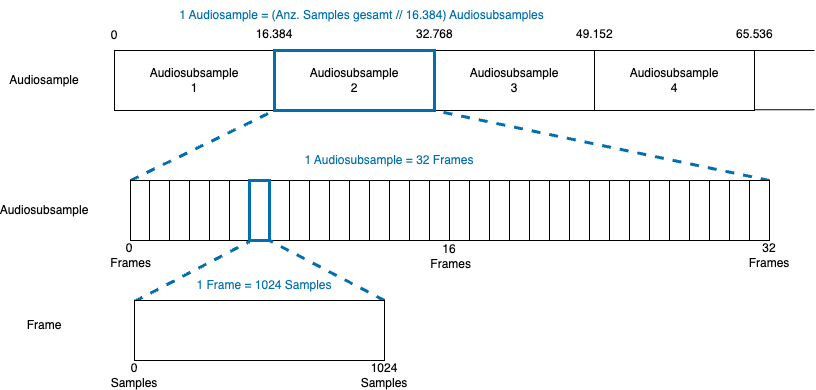
The draw.io diagram doc/tex/images/08_durchfuehrung/audiosubsamples_frames_overview.png in Shimizip/Intelligent-Magic-Audio, before a commit. Source tidied: cells renumbered, new cells last; positions are measured from the earlier drawing's top-left corner, leaving out a move shared by most shapes. Its diagram source:
```xml
<mxGraphModel>
  <root>
    <mxCell id="0" />
    <mxCell id="1" parent="0" />
    <mxCell id="2" style="rounded=0;whiteSpace=wrap;html=1;" parent="1" vertex="1">
      <mxGeometry x="100" y="50" width="160" height="60" as="geometry" />
    </mxCell>
    <mxCell id="3" style="rounded=0;whiteSpace=wrap;html=1;" parent="1" vertex="1">
      <mxGeometry x="420" y="50" width="160" height="60" as="geometry" />
    </mxCell>
    <mxCell id="4" style="rounded=0;whiteSpace=wrap;html=1;" parent="1" vertex="1">
      <mxGeometry x="580" y="50" width="160" height="60" as="geometry" />
    </mxCell>
    <mxCell id="5" value="Audiosample" style="text;html=1;strokeColor=none;fillColor=none;align=center;verticalAlign=middle;whiteSpace=wrap;rounded=0;" parent="1" vertex="1">
      <mxGeometry y="65" width="60" height="30" as="geometry" />
    </mxCell>
    <mxCell id="6" value="Audiosubsample 1" style="text;html=1;strokeColor=none;fillColor=none;align=center;verticalAlign=middle;whiteSpace=wrap;rounded=0;" parent="1" vertex="1">
      <mxGeometry x="150" y="65" width="60" height="30" as="geometry" />
    </mxCell>
    <mxCell id="7" value="Audiosubsample 2" style="text;html=1;strokeColor=none;fillColor=none;align=center;verticalAlign=middle;whiteSpace=wrap;rounded=0;" parent="1" vertex="1">
      <mxGeometry x="310" y="65" width="60" height="30" as="geometry" />
    </mxCell>
    <mxCell id="8" value="Audiosubsample 3" style="text;html=1;strokeColor=none;fillColor=none;align=center;verticalAlign=middle;whiteSpace=wrap;rounded=0;" parent="1" vertex="1">
      <mxGeometry x="470" y="65" width="60" height="30" as="geometry" />
    </mxCell>
    <mxCell id="9" value="Audiosubsample 4" style="text;html=1;strokeColor=none;fillColor=none;align=center;verticalAlign=middle;whiteSpace=wrap;rounded=0;" parent="1" vertex="1">
      <mxGeometry x="630" y="65" width="60" height="30" as="geometry" />
    </mxCell>
    <mxCell id="10" style="endArrow=none;html=1;rounded=0;" parent="1" edge="1">
      <mxGeometry relative="1" as="geometry">
        <mxPoint x="740" y="50" as="sourcePoint" />
        <mxPoint x="800" y="50" as="targetPoint" />
      </mxGeometry>
    </mxCell>
    <mxCell id="11" style="endArrow=none;html=1;rounded=0;" parent="1" edge="1">
      <mxGeometry relative="1" as="geometry">
        <mxPoint x="740" y="109.2" as="sourcePoint" />
        <mxPoint x="800" y="109.2" as="targetPoint" />
      </mxGeometry>
    </mxCell>
    <mxCell id="12" style="endArrow=none;dashed=1;html=1;rounded=0;strokeWidth=3;exitX=0;exitY=0;exitDx=0;exitDy=0;fillColor=#1ba1e2;strokeColor=#006EAF;" parent="1" edge="1" source="19">
      <mxGeometry relative="1" as="geometry">
        <mxPoint x="260" y="110" as="targetPoint" />
      </mxGeometry>
    </mxCell>
    <mxCell id="13" style="endArrow=none;dashed=1;html=1;rounded=0;strokeWidth=3;exitX=1;exitY=0;exitDx=0;exitDy=0;fillColor=#1ba1e2;strokeColor=#006EAF;" parent="1" edge="1" source="49">
      <mxGeometry relative="1" as="geometry">
        <mxPoint x="420" y="110" as="targetPoint" />
      </mxGeometry>
    </mxCell>
    <mxCell id="14" value="0" style="text;html=1;strokeColor=none;fillColor=none;align=center;verticalAlign=middle;whiteSpace=wrap;rounded=0;" parent="1" vertex="1">
      <mxGeometry x="70" y="20" width="60" height="30" as="geometry" />
    </mxCell>
    <mxCell id="15" value="16.384" style="text;html=1;strokeColor=none;fillColor=none;align=center;verticalAlign=middle;whiteSpace=wrap;rounded=0;" parent="1" vertex="1">
      <mxGeometry x="230" y="19" width="60" height="30" as="geometry" />
    </mxCell>
    <mxCell id="16" value="32.768" style="text;whiteSpace=wrap;" parent="1" vertex="1">
      <mxGeometry x="400" y="20" width="70" height="40" as="geometry" />
    </mxCell>
    <mxCell id="17" value="49.152" style="text;whiteSpace=wrap;" parent="1" vertex="1">
      <mxGeometry x="560" y="20" width="70" height="40" as="geometry" />
    </mxCell>
    <mxCell id="18" value="65.536" style="text;whiteSpace=wrap;" parent="1" vertex="1">
      <mxGeometry x="720" y="20" width="70" height="40" as="geometry" />
    </mxCell>
    <mxCell id="19" style="rounded=0;whiteSpace=wrap;html=1;" parent="1" vertex="1">
      <mxGeometry x="116" y="180" width="20" height="60" as="geometry" />
    </mxCell>
    <mxCell id="20" style="rounded=0;whiteSpace=wrap;html=1;" parent="1" vertex="1">
      <mxGeometry x="135" y="180" width="20" height="60" as="geometry" />
    </mxCell>
    <mxCell id="21" style="rounded=0;whiteSpace=wrap;html=1;" parent="1" vertex="1">
      <mxGeometry x="155" y="180" width="20" height="60" as="geometry" />
    </mxCell>
    <mxCell id="22" style="rounded=0;whiteSpace=wrap;html=1;" parent="1" vertex="1">
      <mxGeometry x="175" y="180" width="20" height="60" as="geometry" />
    </mxCell>
    <mxCell id="23" style="rounded=0;whiteSpace=wrap;html=1;" parent="1" vertex="1">
      <mxGeometry x="195" y="180" width="20" height="60" as="geometry" />
    </mxCell>
    <mxCell id="24" style="rounded=0;whiteSpace=wrap;html=1;" parent="1" vertex="1">
      <mxGeometry x="215" y="180" width="20" height="60" as="geometry" />
    </mxCell>
    <mxCell id="25" style="rounded=0;whiteSpace=wrap;html=1;" parent="1" vertex="1">
      <mxGeometry x="255" y="180" width="20" height="60" as="geometry" />
    </mxCell>
    <mxCell id="26" style="rounded=0;whiteSpace=wrap;html=1;" parent="1" vertex="1">
      <mxGeometry x="275" y="180" width="20" height="60" as="geometry" />
    </mxCell>
    <mxCell id="27" style="rounded=0;whiteSpace=wrap;html=1;" parent="1" vertex="1">
      <mxGeometry x="295" y="180" width="20" height="60" as="geometry" />
    </mxCell>
    <mxCell id="28" style="rounded=0;whiteSpace=wrap;html=1;" parent="1" vertex="1">
      <mxGeometry x="315" y="180" width="20" height="60" as="geometry" />
    </mxCell>
    <mxCell id="29" style="rounded=0;whiteSpace=wrap;html=1;" parent="1" vertex="1">
      <mxGeometry x="335" y="180" width="20" height="60" as="geometry" />
    </mxCell>
    <mxCell id="30" style="rounded=0;whiteSpace=wrap;html=1;" parent="1" vertex="1">
      <mxGeometry x="355" y="180" width="20" height="60" as="geometry" />
    </mxCell>
    <mxCell id="31" style="rounded=0;whiteSpace=wrap;html=1;" parent="1" vertex="1">
      <mxGeometry x="375" y="180" width="20" height="60" as="geometry" />
    </mxCell>
    <mxCell id="32" style="rounded=0;whiteSpace=wrap;html=1;" parent="1" vertex="1">
      <mxGeometry x="395" y="180" width="20" height="60" as="geometry" />
    </mxCell>
    <mxCell id="33" style="rounded=0;whiteSpace=wrap;html=1;" parent="1" vertex="1">
      <mxGeometry x="415" y="180" width="20" height="60" as="geometry" />
    </mxCell>
    <mxCell id="34" style="rounded=0;whiteSpace=wrap;html=1;" parent="1" vertex="1">
      <mxGeometry x="435" y="180" width="20" height="60" as="geometry" />
    </mxCell>
    <mxCell id="35" style="rounded=0;whiteSpace=wrap;html=1;" parent="1" vertex="1">
      <mxGeometry x="455" y="180" width="20" height="60" as="geometry" />
    </mxCell>
    <mxCell id="36" style="rounded=0;whiteSpace=wrap;html=1;" parent="1" vertex="1">
      <mxGeometry x="475" y="180" width="20" height="60" as="geometry" />
    </mxCell>
    <mxCell id="37" style="rounded=0;whiteSpace=wrap;html=1;" parent="1" vertex="1">
      <mxGeometry x="495" y="180" width="20" height="60" as="geometry" />
    </mxCell>
    <mxCell id="38" style="rounded=0;whiteSpace=wrap;html=1;" parent="1" vertex="1">
      <mxGeometry x="515" y="180" width="20" height="60" as="geometry" />
    </mxCell>
    <mxCell id="39" style="rounded=0;whiteSpace=wrap;html=1;" parent="1" vertex="1">
      <mxGeometry x="535" y="180" width="20" height="60" as="geometry" />
    </mxCell>
    <mxCell id="40" style="rounded=0;whiteSpace=wrap;html=1;" parent="1" vertex="1">
      <mxGeometry x="555" y="180" width="20" height="60" as="geometry" />
    </mxCell>
    <mxCell id="41" style="rounded=0;whiteSpace=wrap;html=1;" parent="1" vertex="1">
      <mxGeometry x="575" y="180" width="20" height="60" as="geometry" />
    </mxCell>
    <mxCell id="42" style="rounded=0;whiteSpace=wrap;html=1;" parent="1" vertex="1">
      <mxGeometry x="595" y="180" width="20" height="60" as="geometry" />
    </mxCell>
    <mxCell id="43" style="rounded=0;whiteSpace=wrap;html=1;" parent="1" vertex="1">
      <mxGeometry x="615" y="180" width="20" height="60" as="geometry" />
    </mxCell>
    <mxCell id="44" style="rounded=0;whiteSpace=wrap;html=1;" parent="1" vertex="1">
      <mxGeometry x="635" y="180" width="20" height="60" as="geometry" />
    </mxCell>
    <mxCell id="45" style="rounded=0;whiteSpace=wrap;html=1;" parent="1" vertex="1">
      <mxGeometry x="655" y="180" width="20" height="60" as="geometry" />
    </mxCell>
    <mxCell id="46" style="rounded=0;whiteSpace=wrap;html=1;" parent="1" vertex="1">
      <mxGeometry x="675" y="180" width="20" height="60" as="geometry" />
    </mxCell>
    <mxCell id="47" style="rounded=0;whiteSpace=wrap;html=1;" parent="1" vertex="1">
      <mxGeometry x="695" y="180" width="20" height="60" as="geometry" />
    </mxCell>
    <mxCell id="48" style="rounded=0;whiteSpace=wrap;html=1;" parent="1" vertex="1">
      <mxGeometry x="715" y="180" width="20" height="60" as="geometry" />
    </mxCell>
    <mxCell id="49" style="rounded=0;whiteSpace=wrap;html=1;" parent="1" vertex="1">
      <mxGeometry x="735" y="180" width="20" height="60" as="geometry" />
    </mxCell>
    <mxCell id="50" value="0&lt;br&gt;&amp;nbsp;Frames" style="text;html=1;strokeColor=none;fillColor=none;align=center;verticalAlign=middle;whiteSpace=wrap;rounded=0;" parent="1" vertex="1">
      <mxGeometry x="85" y="240" width="60" height="30" as="geometry" />
    </mxCell>
    <mxCell id="51" value="16&lt;br&gt;&amp;nbsp;Frames" style="text;html=1;strokeColor=none;fillColor=none;align=center;verticalAlign=middle;whiteSpace=wrap;rounded=0;" parent="1" vertex="1">
      <mxGeometry x="405" y="241" width="60" height="30" as="geometry" />
    </mxCell>
    <mxCell id="52" value="32&lt;br&gt;Frames" style="text;html=1;strokeColor=none;fillColor=none;align=center;verticalAlign=middle;whiteSpace=wrap;rounded=0;" parent="1" vertex="1">
      <mxGeometry x="725" y="240" width="60" height="30" as="geometry" />
    </mxCell>
    <mxCell id="53" style="endArrow=none;dashed=1;html=1;rounded=0;strokeWidth=3;entryX=0;entryY=1;entryDx=0;entryDy=0;fillColor=#1ba1e2;strokeColor=#006EAF;" parent="1" edge="1">
      <mxGeometry relative="1" as="geometry">
        <mxPoint x="370" y="300" as="sourcePoint" />
        <mxPoint x="255" y="240" as="targetPoint" />
      </mxGeometry>
    </mxCell>
    <mxCell id="54" style="endArrow=none;dashed=1;html=1;rounded=0;strokeWidth=3;entryX=0;entryY=1;entryDx=0;entryDy=0;fillColor=#1ba1e2;strokeColor=#006EAF;" parent="1" edge="1">
      <mxGeometry relative="1" as="geometry">
        <mxPoint x="120" y="301" as="sourcePoint" />
        <mxPoint x="235" y="241" as="targetPoint" />
      </mxGeometry>
    </mxCell>
    <mxCell id="55" style="rounded=0;whiteSpace=wrap;html=1;" parent="1" vertex="1">
      <mxGeometry x="120" y="300" width="250" height="60" as="geometry" />
    </mxCell>
    <mxCell id="56" value="Audiosubsample" style="text;html=1;strokeColor=none;fillColor=none;align=center;verticalAlign=middle;whiteSpace=wrap;rounded=0;" parent="1" vertex="1">
      <mxGeometry y="195" width="60" height="30" as="geometry" />
    </mxCell>
    <mxCell id="57" value="Frame" style="text;html=1;strokeColor=none;fillColor=none;align=center;verticalAlign=middle;whiteSpace=wrap;rounded=0;" parent="1" vertex="1">
      <mxGeometry y="310" width="60" height="30" as="geometry" />
    </mxCell>
    <mxCell id="58" value="0&lt;br&gt;Samples" style="text;html=1;strokeColor=none;fillColor=none;align=center;verticalAlign=middle;whiteSpace=wrap;rounded=0;" parent="1" vertex="1">
      <mxGeometry x="90" y="360" width="60" height="30" as="geometry" />
    </mxCell>
    <mxCell id="59" value="1024&lt;br&gt;Samples" style="text;html=1;strokeColor=none;fillColor=none;align=center;verticalAlign=middle;whiteSpace=wrap;rounded=0;" parent="1" vertex="1">
      <mxGeometry x="340" y="360" width="60" height="30" as="geometry" />
    </mxCell>
    <mxCell id="60" value="&lt;font color=&quot;#006eaf&quot;&gt;1 Audiosubsample = 32 Frames&lt;/font&gt;" style="text;html=1;strokeColor=none;fillColor=none;align=center;verticalAlign=middle;whiteSpace=wrap;rounded=0;" parent="1" vertex="1">
      <mxGeometry x="285" y="145" width="180" height="30" as="geometry" />
    </mxCell>
    <mxCell id="61" value="&lt;font color=&quot;#006eaf&quot;&gt;1 Frame = 1024 Samples&lt;/font&gt;" style="text;html=1;strokeColor=none;fillColor=none;align=center;verticalAlign=middle;whiteSpace=wrap;rounded=0;" parent="1" vertex="1">
      <mxGeometry x="160" y="270" width="180" height="30" as="geometry" />
    </mxCell>
    <mxCell id="62" value="&lt;font color=&quot;#006eaf&quot;&gt;1 Audiosample = (Anz. Samples gesamt // 16.384) Audiosubsamples&lt;/font&gt;" style="text;html=1;strokeColor=none;fillColor=none;align=center;verticalAlign=middle;whiteSpace=wrap;rounded=0;" parent="1" vertex="1">
      <mxGeometry x="130" width="435" height="30" as="geometry" />
    </mxCell>
    <mxCell id="63" style="rounded=0;whiteSpace=wrap;html=1;fillColor=none;fontColor=#ffffff;strokeColor=#006EAF;strokeWidth=3;" parent="1" vertex="1">
      <mxGeometry x="260" y="50" width="160" height="60" as="geometry" />
    </mxCell>
    <mxCell id="64" style="rounded=0;whiteSpace=wrap;html=1;fillColor=none;fontColor=#ffffff;strokeColor=#006EAF;strokeWidth=3;" parent="1" vertex="1">
      <mxGeometry x="235" y="180" width="20" height="60" as="geometry" />
    </mxCell>
  </root>
</mxGraphModel>
```
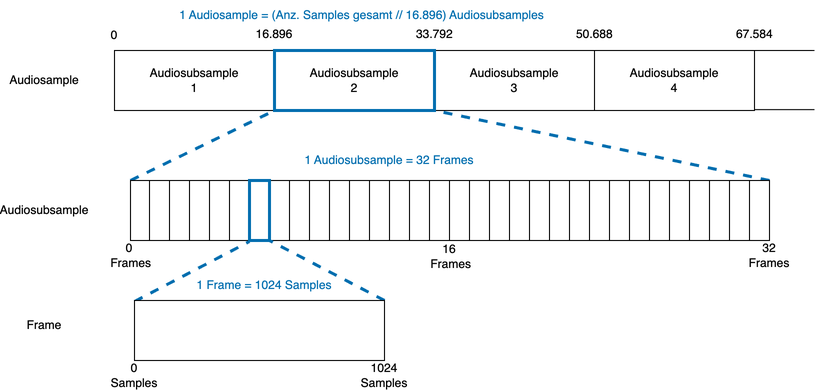
Later version of the same file.

Diff of the diagram source:
```diff
@@ -51,16 +51,16 @@
     <mxCell id="14" value="0" style="text;html=1;strokeColor=none;fillColor=none;align=center;verticalAlign=middle;whiteSpace=wrap;rounded=0;" parent="1" vertex="1">
       <mxGeometry x="70" y="20" width="60" height="30" as="geometry" />
     </mxCell>
-    <mxCell id="15" value="16.384" style="text;html=1;strokeColor=none;fillColor=none;align=center;verticalAlign=middle;whiteSpace=wrap;rounded=0;" parent="1" vertex="1">
+    <mxCell id="15" value="16.896" style="text;html=1;strokeColor=none;fillColor=none;align=center;verticalAlign=middle;whiteSpace=wrap;rounded=0;" parent="1" vertex="1">
       <mxGeometry x="230" y="19" width="60" height="30" as="geometry" />
     </mxCell>
-    <mxCell id="16" value="32.768" style="text;whiteSpace=wrap;" parent="1" vertex="1">
+    <mxCell id="16" value="33.792" style="text;whiteSpace=wrap;" parent="1" vertex="1">
       <mxGeometry x="400" y="20" width="70" height="40" as="geometry" />
     </mxCell>
-    <mxCell id="17" value="49.152" style="text;whiteSpace=wrap;" parent="1" vertex="1">
+    <mxCell id="17" value="50.688" style="text;whiteSpace=wrap;" parent="1" vertex="1">
       <mxGeometry x="560" y="20" width="70" height="40" as="geometry" />
     </mxCell>
-    <mxCell id="18" value="65.536" style="text;whiteSpace=wrap;" parent="1" vertex="1">
+    <mxCell id="18" value="67.584" style="text;whiteSpace=wrap;" parent="1" vertex="1">
       <mxGeometry x="720" y="20" width="70" height="40" as="geometry" />
     </mxCell>
     <mxCell id="19" style="rounded=0;whiteSpace=wrap;html=1;" parent="1" vertex="1">
@@ -198,7 +198,7 @@
     <mxCell id="61" value="&lt;font color=&quot;#006eaf&quot;&gt;1 Frame = 1024 Samples&lt;/font&gt;" style="text;html=1;strokeColor=none;fillColor=none;align=center;verticalAlign=middle;whiteSpace=wrap;rounded=0;" parent="1" vertex="1">
       <mxGeometry x="160" y="270" width="180" height="30" as="geometry" />
     </mxCell>
-    <mxCell id="62" value="&lt;font color=&quot;#006eaf&quot;&gt;1 Audiosample = (Anz. Samples gesamt // 16.384) Audiosubsamples&lt;/font&gt;" style="text;html=1;strokeColor=none;fillColor=none;align=center;verticalAlign=middle;whiteSpace=wrap;rounded=0;" parent="1" vertex="1">
+    <mxCell id="62" value="&lt;font color=&quot;#006eaf&quot;&gt;1 Audiosample = (Anz. Samples gesamt // 16.896) Audiosubsamples&lt;/font&gt;" style="text;html=1;strokeColor=none;fillColor=none;align=center;verticalAlign=middle;whiteSpace=wrap;rounded=0;" parent="1" vertex="1">
       <mxGeometry x="130" width="435" height="30" as="geometry" />
     </mxCell>
     <mxCell id="63" style="rounded=0;whiteSpace=wrap;html=1;fillColor=none;fontColor=#ffffff;strokeColor=#006EAF;strokeWidth=3;" parent="1" vertex="1">
```
